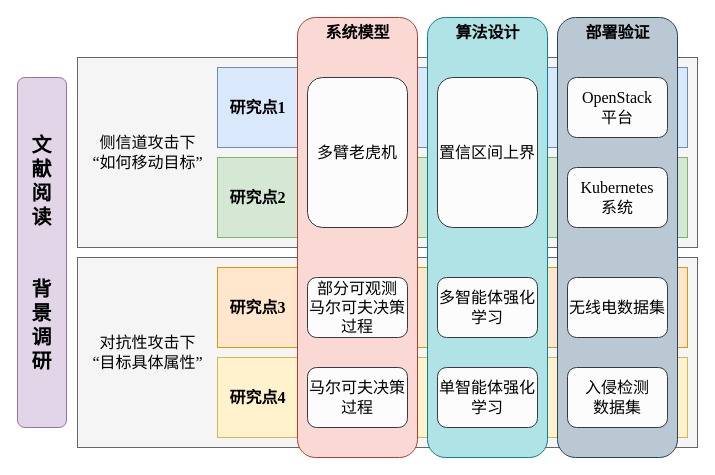
Earlier version of the draw.io diagram 研究方法.drawio (weyg0/Diagrams). Source tidied: cells renumbered, new cells numbered last; positions are measured from the earlier drawing's top-left corner, leaving out a move shared by most shapes. Both pictures are drawn from the tidied source at 100%, with x=0, y=0 at pixel (17, 17).
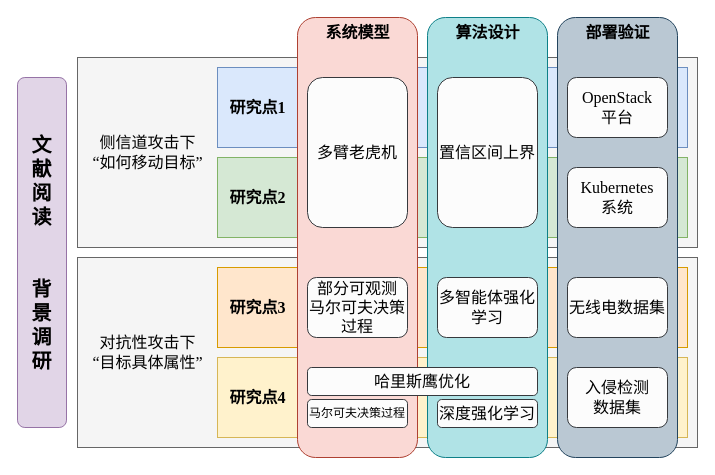
After the change.

Commit message:
更新研究方法.drawio

What changed in the source:
```diff
@@
-    <mxCell id="19" value="马尔可夫决策过程" style="rounded=1;whiteSpace=wrap;html=1;fontFamily=Times New Roman;fontSize=16;fillColor=#FCFCFC;strokeColor=#36393d;" parent="1" vertex="1">
-      <mxGeometry x="290" y="350" width="100" height="60" as="geometry" />
-    </mxCell>
@@
-    <mxCell id="22" value="单智能体强化学习" style="rounded=1;whiteSpace=wrap;html=1;fontFamily=Times New Roman;fontSize=16;fillColor=#FCFCFC;strokeColor=#36393d;" parent="1" vertex="1">
-      <mxGeometry x="420" y="350" width="100" height="60" as="geometry" />
+    <mxCell id="22" value="深度强化学习" style="rounded=1;whiteSpace=wrap;html=1;fontFamily=Times New Roman;fontSize=16;fillColor=#FCFCFC;strokeColor=#36393d;" parent="1" vertex="1">
+      <mxGeometry x="420" y="382" width="100" height="28" as="geometry" />
     </mxCell>
@@
+    <mxCell id="31" value="哈里斯鹰优化" style="rounded=1;whiteSpace=wrap;html=1;fontFamily=Times New Roman;fontSize=16;fillColor=#FCFCFC;strokeColor=#36393d;" parent="1" vertex="1">
+      <mxGeometry x="290" y="350" width="230" height="28" as="geometry" />
+    </mxCell>
+    <mxCell id="19" value="马尔可夫决策过程" style="rounded=1;whiteSpace=wrap;html=1;fontFamily=Times New Roman;fontSize=12;fillColor=#FCFCFC;strokeColor=#36393d;" parent="1" vertex="1">
+      <mxGeometry x="290" y="382" width="100" height="28" as="geometry" />
+    </mxCell>
```
